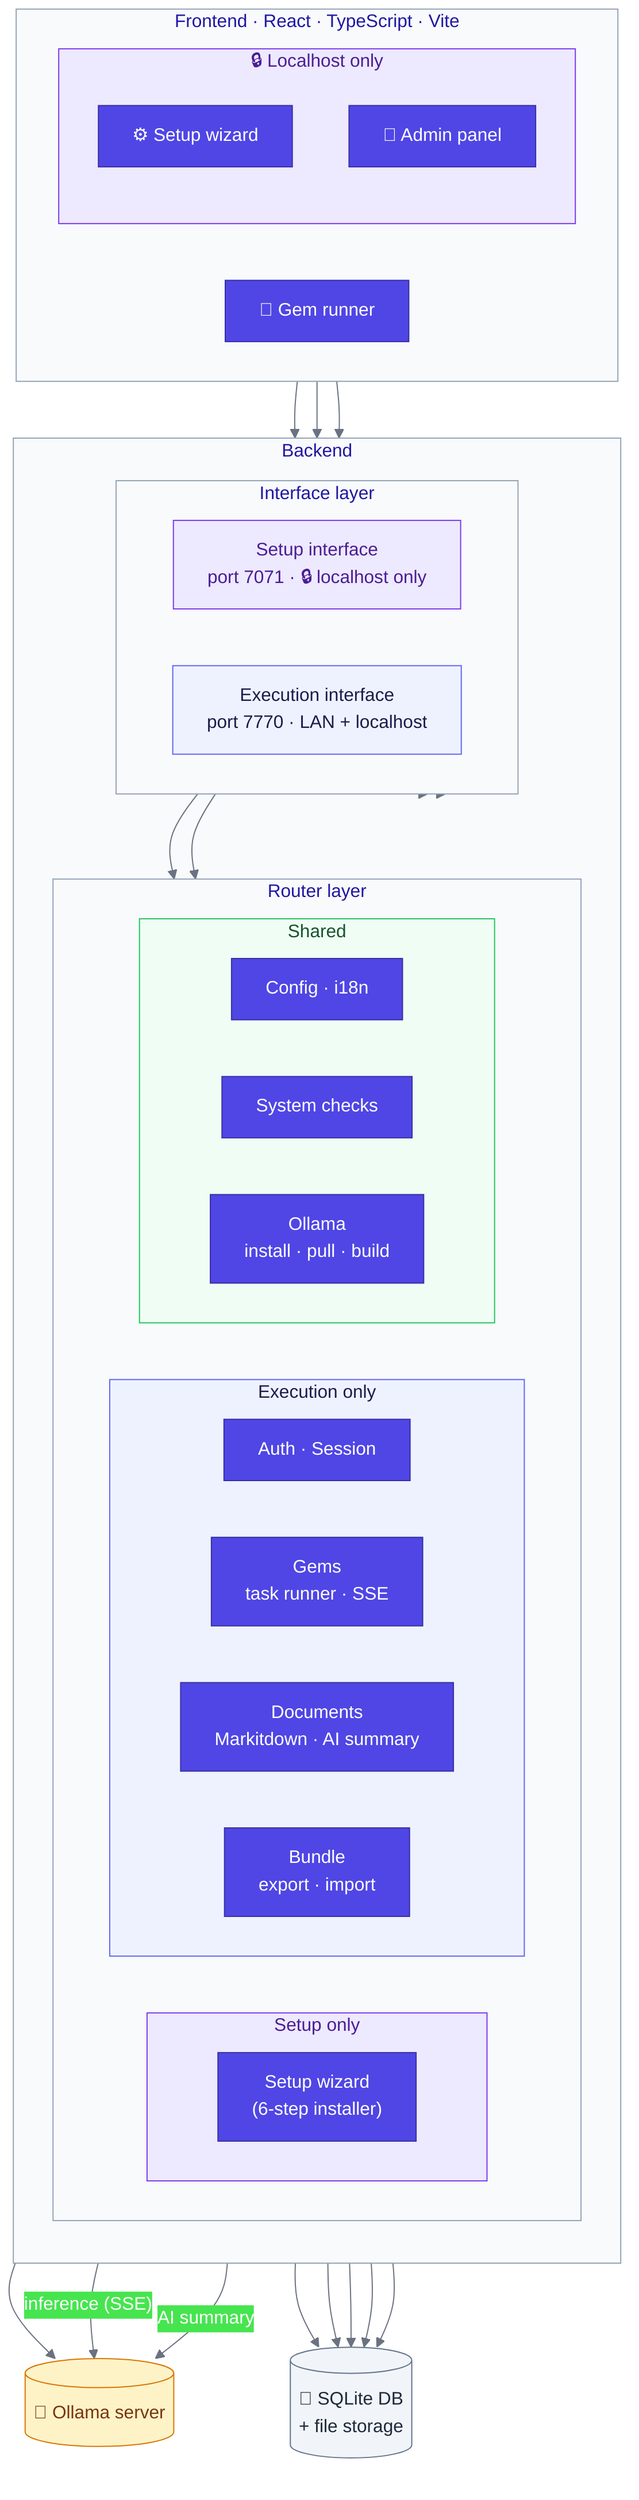
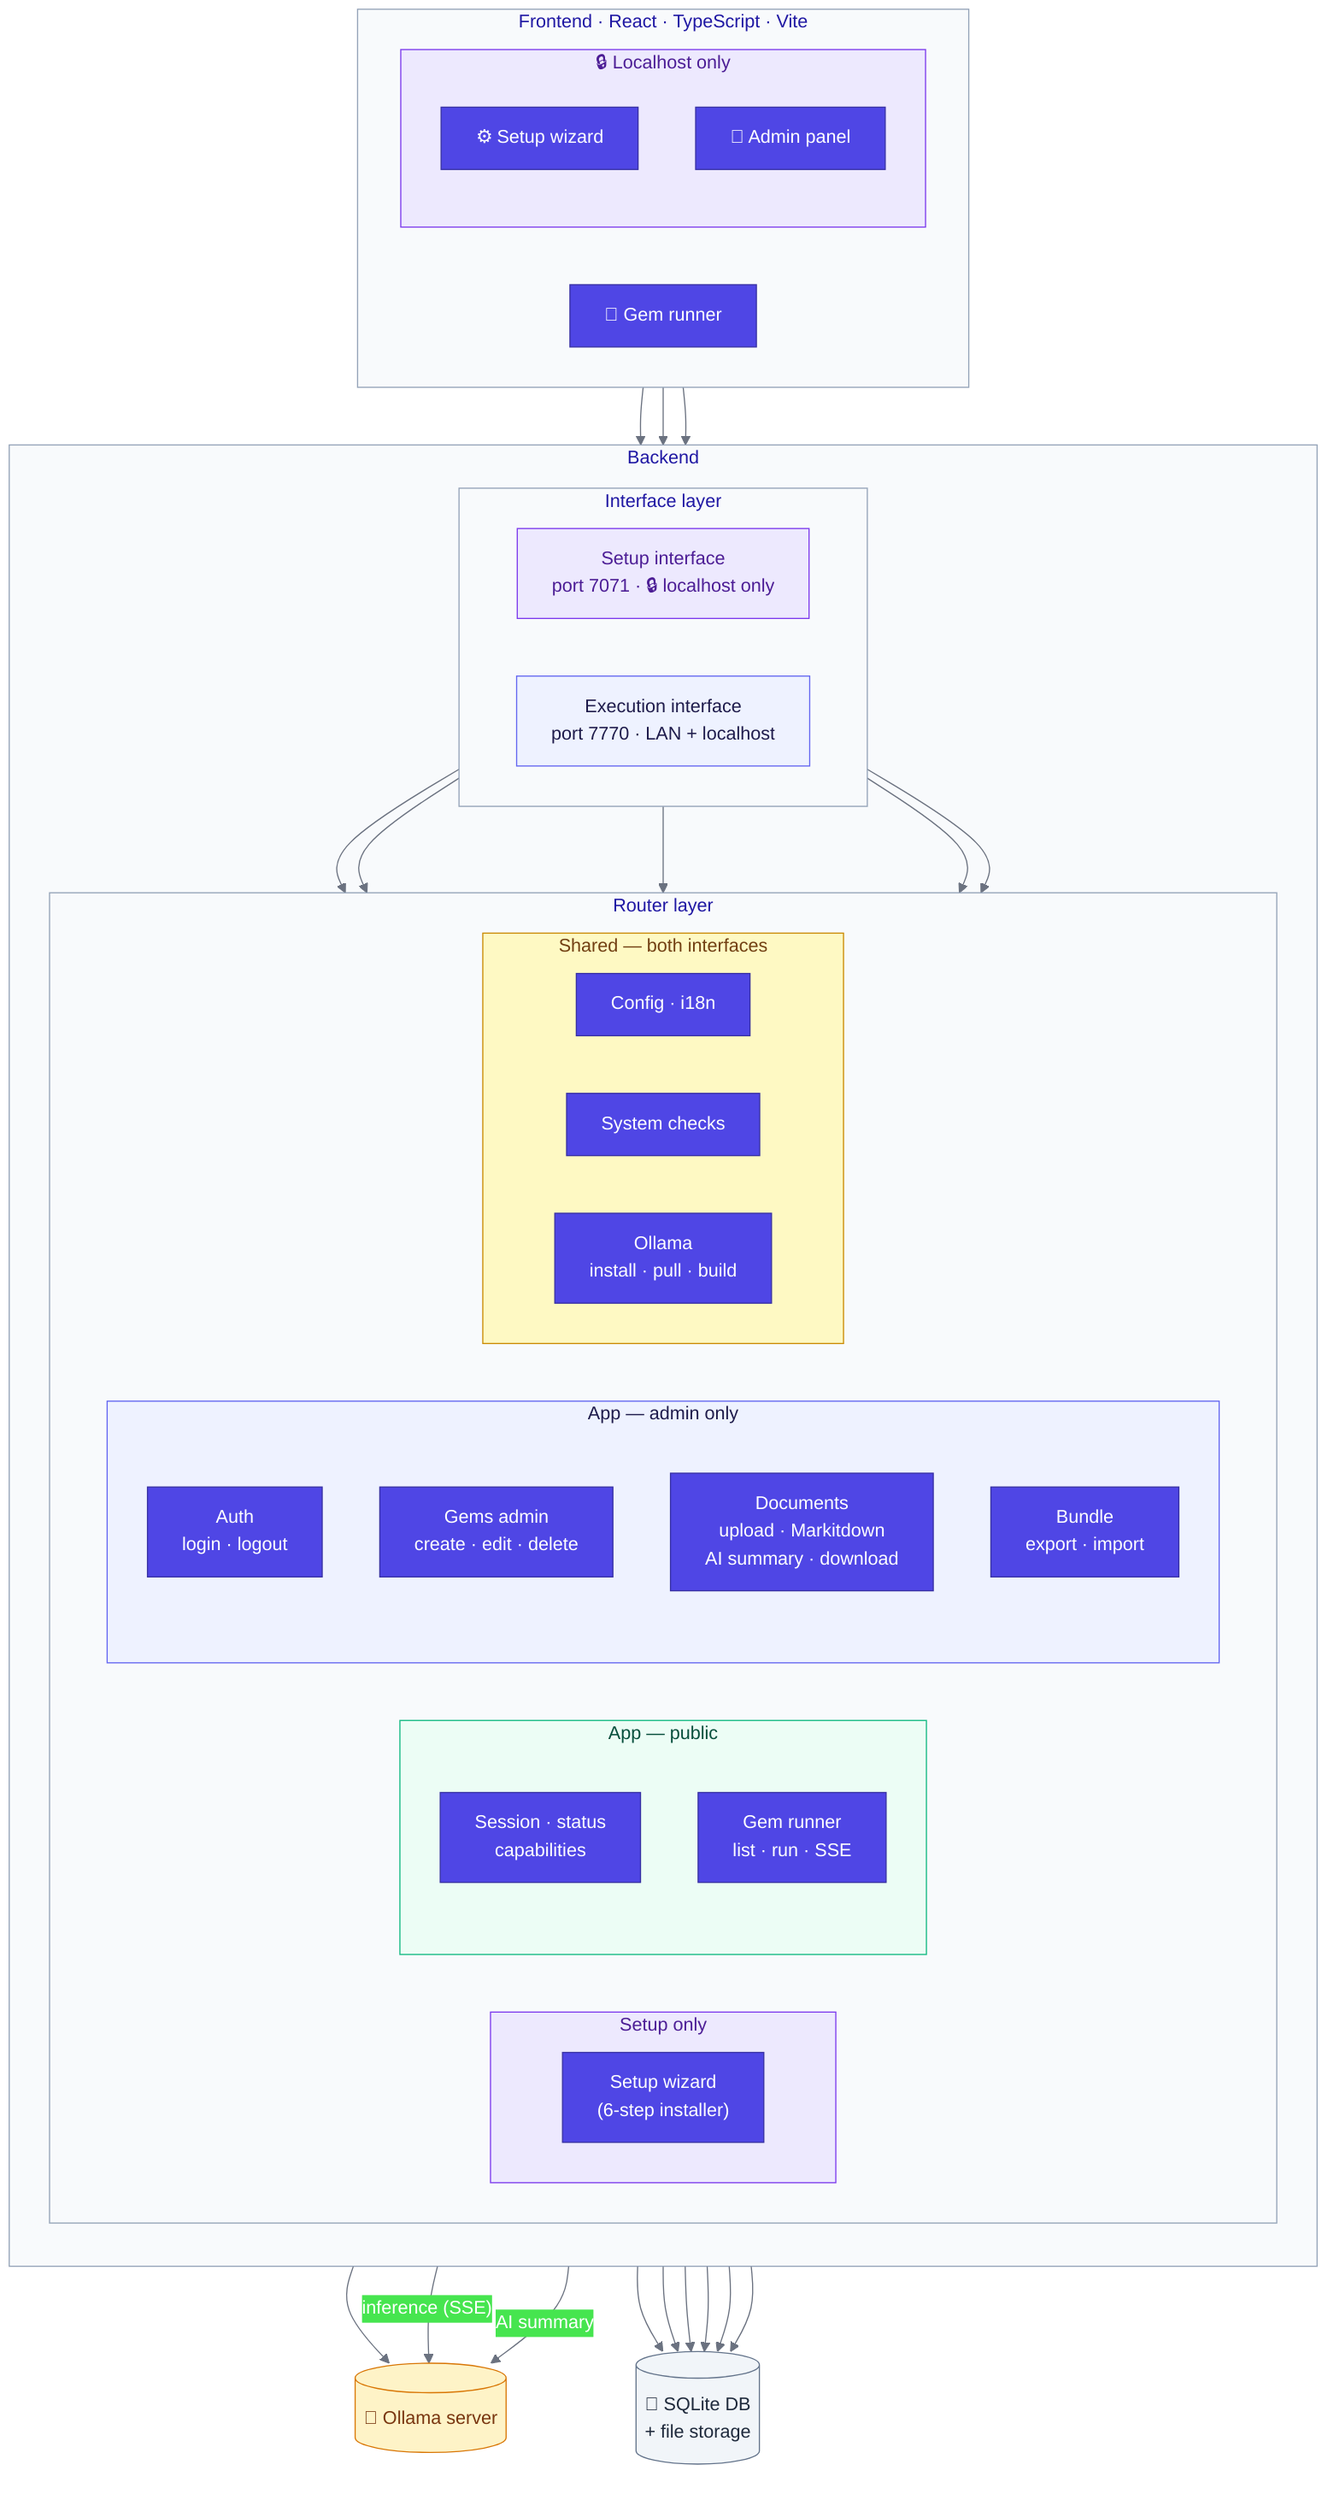
%%{init: {"theme": "base", "themeVariables": {
  "primaryColor": "#4f46e5",
  "primaryTextColor": "#ffffff",
  "primaryBorderColor": "#3730a3",
  "lineColor": "#6b7280",
  "clusterBkg": "#f8fafc",
  "clusterBorder": "#94a3b8"
}}}%%
graph TB

  %% ── Frontend ──────────────────────────────────────────────────────────
  subgraph frontend["Frontend  ·  React · TypeScript · Vite"]
    direction LR

    subgraph local_fe["🔒  Localhost only"]
      direction TB
      setup_page["⚙️ Setup wizard"]
      admin_page["🔧 Admin panel"]
    end

    user_page["💎 Gem runner"]
  end

  style local_fe fill:#ede9fe,stroke:#7c3aed,color:#4c1d95

  %% ── Backend ───────────────────────────────────────────────────────────
  subgraph backend["Backend"]
    direction TB

    %% Interface layer
    subgraph ifaces["Interface layer"]
      direction LR
      setup_iface["Setup interface<br/>port 7071 · 🔒 localhost only"]
      exec_iface["Execution interface<br/>port 7770 · LAN + localhost"]
    end

    style setup_iface fill:#ede9fe,stroke:#7c3aed,color:#4c1d95
    style exec_iface  fill:#eef2ff,stroke:#6366f1,color:#1e1b4b

    %% Router layer
    subgraph routers["Router layer"]
      direction LR

      subgraph r_setup_only["Setup only"]
        r_setup["Setup wizard<br/>(6-step installer)"]
      end

-       subgraph r_exec_only["Execution only"]
-         direction LR
-         r_auth["Auth · Session"]
-         r_gems["Gems<br/>task runner · SSE"]
-         r_docs["Documents<br/>Markitdown · AI summary"]
+       subgraph r_public["App — public"]
+         direction TB
+         r_session["Session · status<br/>capabilities"]
+         r_runner["Gem runner<br/>list · run · SSE"]
+       end
+ 
+       subgraph r_admin["App — admin only"]
+         direction TB
+         r_auth["Auth<br/>login · logout"]
+         r_gems_admin["Gems admin<br/>create · edit · delete"]
+         r_docs["Documents<br/>upload · Markitdown<br/>AI summary · download"]
        r_bundle["Bundle<br/>export · import"]
      end

-       subgraph r_shared["Shared"]
+       subgraph r_shared["Shared — both interfaces"]
        direction LR
        r_config["Config · i18n"]
        r_system["System checks"]
        r_ollama_r["Ollama<br/>install · pull · build"]
      end
    end

    style r_setup_only fill:#ede9fe,stroke:#7c3aed,color:#4c1d95
-     style r_exec_only  fill:#eef2ff,stroke:#6366f1,color:#1e1b4b
-     style r_shared     fill:#f0fdf4,stroke:#22c55e,color:#14532d
+     style r_public     fill:#ecfdf5,stroke:#10b981,color:#064e3b
+     style r_admin      fill:#eef2ff,stroke:#6366f1,color:#1e1b4b
+     style r_shared     fill:#fef9c3,stroke:#ca8a04,color:#713f12

    %% Interface → router connections
    setup_iface --> r_setup_only
    setup_iface --> r_shared

-     exec_iface --> r_exec_only
+     exec_iface --> r_public
+     exec_iface --> r_admin
    exec_iface --> r_shared
  end

  %% ── External resources ────────────────────────────────────────────────
  ollama_srv[("🤖 Ollama server")]
  storage[("💾 SQLite DB<br/>+ file storage")]

  style ollama_srv fill:#fef3c7,stroke:#d97706,color:#78350f
  style storage    fill:#f1f5f9,stroke:#64748b,color:#1e293b

  %% ── Frontend → backend ────────────────────────────────────────────────
  setup_page --> setup_iface
  admin_page --> exec_iface
  user_page  --> exec_iface

  %% ── Routers → external resources ──────────────────────────────────────
  r_ollama_r --> ollama_srv
-   r_gems     -- "inference (SSE)" --> ollama_srv
+   r_runner   -- "inference (SSE)" --> ollama_srv
  r_docs     -- "AI summary" --> ollama_srv

-   r_auth   --> storage
-   r_gems   --> storage
-   r_docs   --> storage
-   r_bundle --> storage
-   r_config --> storage
+   r_auth        --> storage
+   r_gems_admin  --> storage
+   r_docs        --> storage
+   r_bundle      --> storage
+   r_session     --> storage
+   r_config      --> storage
